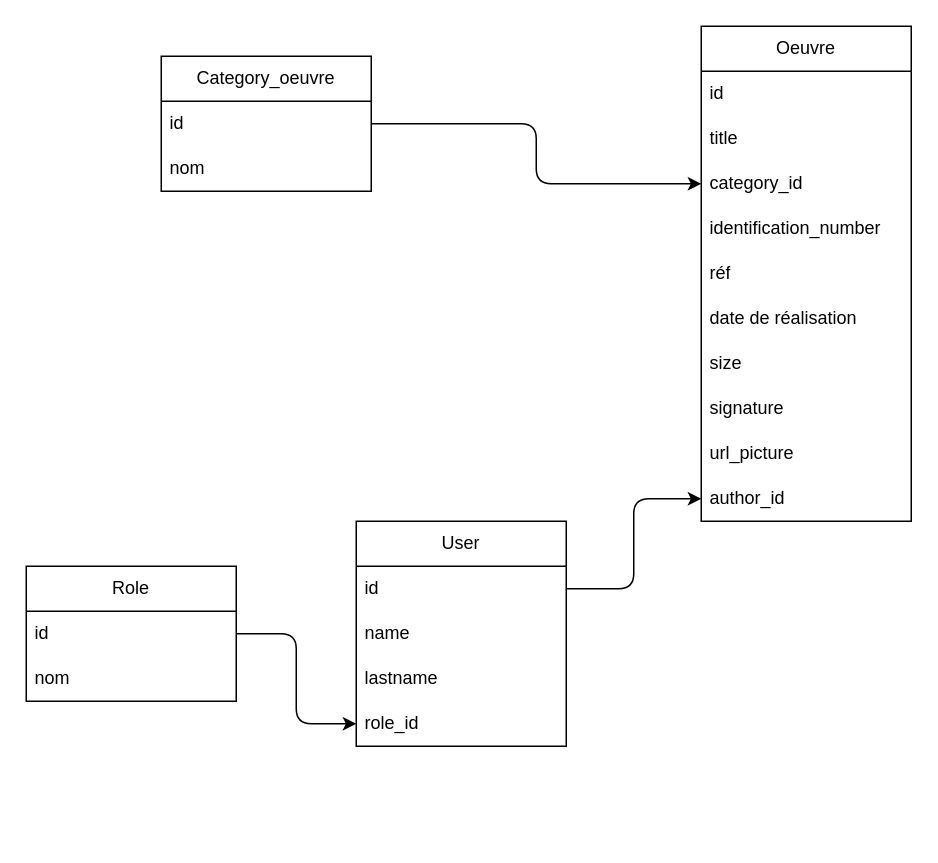
This is doc/MLD.drawio from gregoirelef/DehelGalerie, a draw.io file, before an edit. Source tidied: cells renumbered, new cells numbered last; positions are measured from the earlier drawing's top-left corner, leaving out a move shared by most shapes. Both pictures are drawn from the tidied source at 150%, with x=0, y=0 at pixel (26, 26).
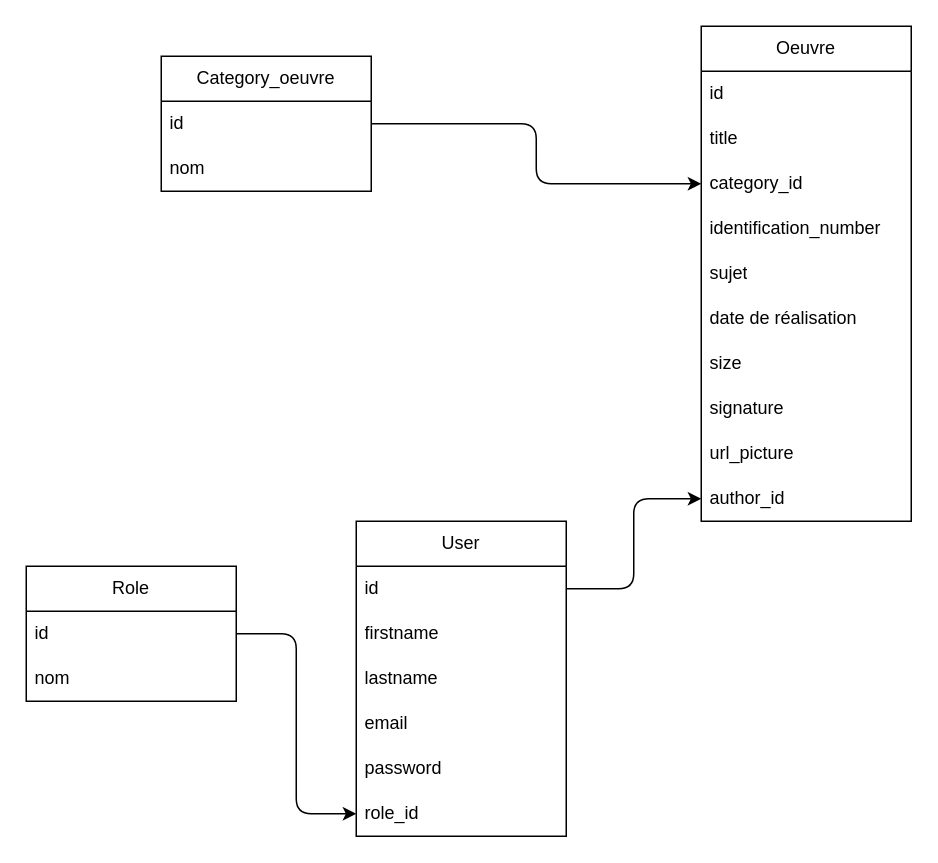
The same page after the edit.

The change refers to these unchanged cells:
```xml
<mxCell id="10" value="Oeuvre" style="swimlane;fontStyle=0;horizontal=1;startSize=30;whiteSpace=wrap;html=1;" parent="1" vertex="1">
  <mxGeometry x="450" width="140" height="330" as="geometry" />
</mxCell>
```

What changed in the source:
```diff
@@
     <mxCell id="5" value="User" style="swimlane;fontStyle=0;horizontal=1;startSize=30;whiteSpace=wrap;html=1;" parent="1" vertex="1">
-      <mxGeometry x="220" y="330" width="140" height="150" as="geometry" />
+      <mxGeometry x="220" y="330" width="140" height="210" as="geometry" />
     </mxCell>
@@
-    <mxCell id="7" value="name" style="text;strokeColor=none;fillColor=none;align=left;verticalAlign=middle;spacingLeft=4;spacingRight=4;overflow=hidden;whiteSpace=wrap;html=1;" parent="5" vertex="1">
+    <mxCell id="7" value="firstname" style="text;strokeColor=none;fillColor=none;align=left;verticalAlign=middle;spacingLeft=4;spacingRight=4;overflow=hidden;whiteSpace=wrap;html=1;" parent="5" vertex="1">
       <mxGeometry y="60" width="140" height="30" as="geometry" />
     </mxCell>
@@
+    <mxCell id="27" value="email" style="text;strokeColor=none;fillColor=none;align=left;verticalAlign=middle;spacingLeft=4;spacingRight=4;overflow=hidden;whiteSpace=wrap;html=1;" parent="5" vertex="1">
+      <mxGeometry y="120" width="140" height="30" as="geometry" />
+    </mxCell>
+    <mxCell id="28" value="password" style="text;strokeColor=none;fillColor=none;align=left;verticalAlign=middle;spacingLeft=4;spacingRight=4;overflow=hidden;whiteSpace=wrap;html=1;" parent="5" vertex="1">
+      <mxGeometry y="150" width="140" height="30" as="geometry" />
+    </mxCell>
     <mxCell id="9" value="role_id" style="text;strokeColor=none;fillColor=none;align=left;verticalAlign=middle;spacingLeft=4;spacingRight=4;overflow=hidden;points=[[0,0.5],[1,0.5]];portConstraint=eastwest;whiteSpace=wrap;html=1;" parent="5" vertex="1">
-      <mxGeometry y="120" width="140" height="30" as="geometry" />
+      <mxGeometry y="180" width="140" height="30" as="geometry" />
     </mxCell>
@@
-    <mxCell id="15" value="réf" style="text;strokeColor=none;fillColor=none;align=left;verticalAlign=middle;spacingLeft=4;spacingRight=4;overflow=hidden;whiteSpace=wrap;html=1;" parent="10" vertex="1">
+    <mxCell id="15" value="sujet" style="text;strokeColor=none;fillColor=none;align=left;verticalAlign=middle;spacingLeft=4;spacingRight=4;overflow=hidden;whiteSpace=wrap;html=1;" parent="10" vertex="1">
       <mxGeometry y="150" width="140" height="30" as="geometry" />
     </mxCell>
```
